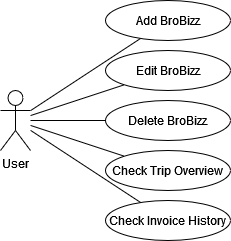
Earlier version of the draw.io export images/brobizzUC.png (SimonJustsen3001/simonjustsen3001.github.io). Source tidied: cells renumbered, new cells last; positions are measured from the earlier drawing's top-left corner, leaving out a move shared by most shapes. Its diagram source:
```xml
<mxGraphModel>
  <root>
    <mxCell id="0" />
    <mxCell id="1" parent="0" />
    <mxCell id="2" value="&lt;div&gt;User&lt;/div&gt;" style="shape=umlActor;verticalLabelPosition=bottom;verticalAlign=top;html=1;outlineConnect=0;" parent="1" vertex="1">
      <mxGeometry y="90" width="30" height="60" as="geometry" />
    </mxCell>
    <mxCell id="3" value="Add BroBizz" style="ellipse;whiteSpace=wrap;html=1;" parent="1" vertex="1">
      <mxGeometry x="105" width="125" height="40" as="geometry" />
    </mxCell>
    <mxCell id="4" value="Edit BroBizz" style="ellipse;whiteSpace=wrap;html=1;" parent="1" vertex="1">
      <mxGeometry x="105" y="50" width="125" height="40" as="geometry" />
    </mxCell>
    <mxCell id="5" value="&lt;div&gt;Check Invoice History&lt;/div&gt;" style="ellipse;whiteSpace=wrap;html=1;" parent="1" vertex="1">
      <mxGeometry x="105" y="200" width="125" height="40" as="geometry" />
    </mxCell>
    <mxCell id="6" value="Check Trip Overview" style="ellipse;whiteSpace=wrap;html=1;" parent="1" vertex="1">
      <mxGeometry x="105" y="150" width="125" height="40" as="geometry" />
    </mxCell>
    <mxCell id="7" value="&lt;div&gt;Delete BroBizz&lt;/div&gt;" style="ellipse;whiteSpace=wrap;html=1;" parent="1" vertex="1">
      <mxGeometry x="105" y="100" width="125" height="40" as="geometry" />
    </mxCell>
    <mxCell id="8" style="endArrow=none;html=1;rounded=0;" parent="1" edge="1" source="2" target="5">
      <mxGeometry relative="1" as="geometry" />
    </mxCell>
    <mxCell id="9" style="endArrow=none;html=1;rounded=0;" parent="1" edge="1" source="2" target="6">
      <mxGeometry relative="1" as="geometry" />
    </mxCell>
    <mxCell id="10" style="endArrow=none;html=1;rounded=0;" parent="1" edge="1" source="2" target="7">
      <mxGeometry relative="1" as="geometry" />
    </mxCell>
    <mxCell id="11" style="endArrow=none;html=1;rounded=0;" parent="1" edge="1" source="2" target="4">
      <mxGeometry relative="1" as="geometry" />
    </mxCell>
    <mxCell id="12" style="endArrow=none;html=1;rounded=0;" parent="1" edge="1" source="3" target="2">
      <mxGeometry relative="1" as="geometry" />
    </mxCell>
  </root>
</mxGraphModel>
```
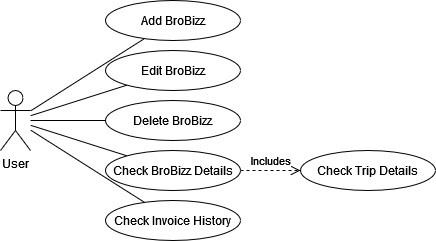
Above is the later version.

Commit message:
Updated to include new brobizz project

Diff of the diagram source:
```diff
@@ -6,19 +6,19 @@
       <mxGeometry y="90" width="30" height="60" as="geometry" />
     </mxCell>
     <mxCell id="3" value="Add BroBizz" style="ellipse;whiteSpace=wrap;html=1;" parent="1" vertex="1">
-      <mxGeometry x="105" width="125" height="40" as="geometry" />
+      <mxGeometry x="105" width="135" height="40" as="geometry" />
     </mxCell>
     <mxCell id="4" value="Edit BroBizz" style="ellipse;whiteSpace=wrap;html=1;" parent="1" vertex="1">
-      <mxGeometry x="105" y="50" width="125" height="40" as="geometry" />
+      <mxGeometry x="105" y="50" width="135" height="40" as="geometry" />
     </mxCell>
     <mxCell id="5" value="&lt;div&gt;Check Invoice History&lt;/div&gt;" style="ellipse;whiteSpace=wrap;html=1;" parent="1" vertex="1">
-      <mxGeometry x="105" y="200" width="125" height="40" as="geometry" />
+      <mxGeometry x="105" y="200" width="135" height="40" as="geometry" />
     </mxCell>
-    <mxCell id="6" value="Check Trip Overview" style="ellipse;whiteSpace=wrap;html=1;" parent="1" vertex="1">
-      <mxGeometry x="105" y="150" width="125" height="40" as="geometry" />
+    <mxCell id="6" value="Check BroBizz Details" style="ellipse;whiteSpace=wrap;html=1;" parent="1" vertex="1">
+      <mxGeometry x="105" y="150" width="135" height="40" as="geometry" />
     </mxCell>
     <mxCell id="7" value="&lt;div&gt;Delete BroBizz&lt;/div&gt;" style="ellipse;whiteSpace=wrap;html=1;" parent="1" vertex="1">
-      <mxGeometry x="105" y="100" width="125" height="40" as="geometry" />
+      <mxGeometry x="105" y="100" width="135" height="40" as="geometry" />
     </mxCell>
     <mxCell id="8" style="endArrow=none;html=1;rounded=0;" parent="1" edge="1" source="2" target="5">
       <mxGeometry relative="1" as="geometry" />
@@ -35,5 +35,11 @@
     <mxCell id="12" style="endArrow=none;html=1;rounded=0;" parent="1" edge="1" source="3" target="2">
       <mxGeometry relative="1" as="geometry" />
     </mxCell>
+    <mxCell id="13" value="Check Trip Details" style="ellipse;whiteSpace=wrap;html=1;" parent="1" vertex="1">
+      <mxGeometry x="300" y="150" width="135" height="40" as="geometry" />
+    </mxCell>
+    <mxCell id="14" value="&lt;div&gt;Includes&lt;/div&gt;" style="html=1;verticalAlign=bottom;endArrow=open;dashed=1;endSize=8;edgeStyle=elbowEdgeStyle;elbow=vertical;curved=0;rounded=0;" parent="1" edge="1" source="6" target="13">
+      <mxGeometry relative="1" as="geometry" />
+    </mxCell>
   </root>
 </mxGraphModel>
```
